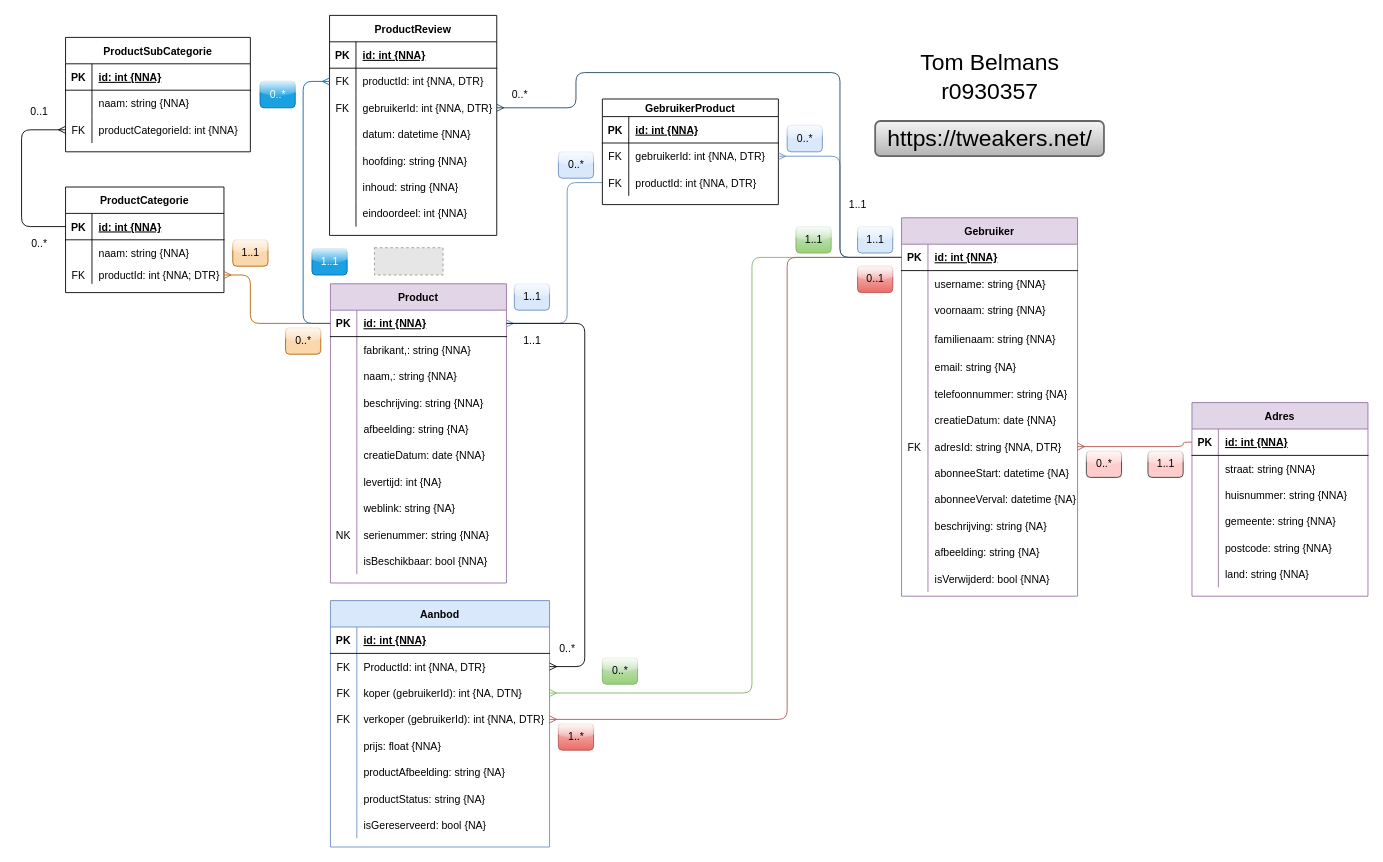
Earlier version of the draw.io diagram page "SQL_diagram-r0930357 - Tweakers.net" (1 of 2) of Project/Project - deel 1/r0930357 - PE Project - Tweakers.net - ERD.drawio (r0930357/F1S2_SQL-en-Databanken). Source tidied: cells renumbered, new cells numbered last; positions are measured from the earlier drawing's top-left corner, leaving out a move shared by most shapes. Both pictures are drawn from the tidied source at 88%, with x=0, y=0 at pixel (21, 15). Pictures stored in the file or linked from it are replaced by grey dashed boxes.
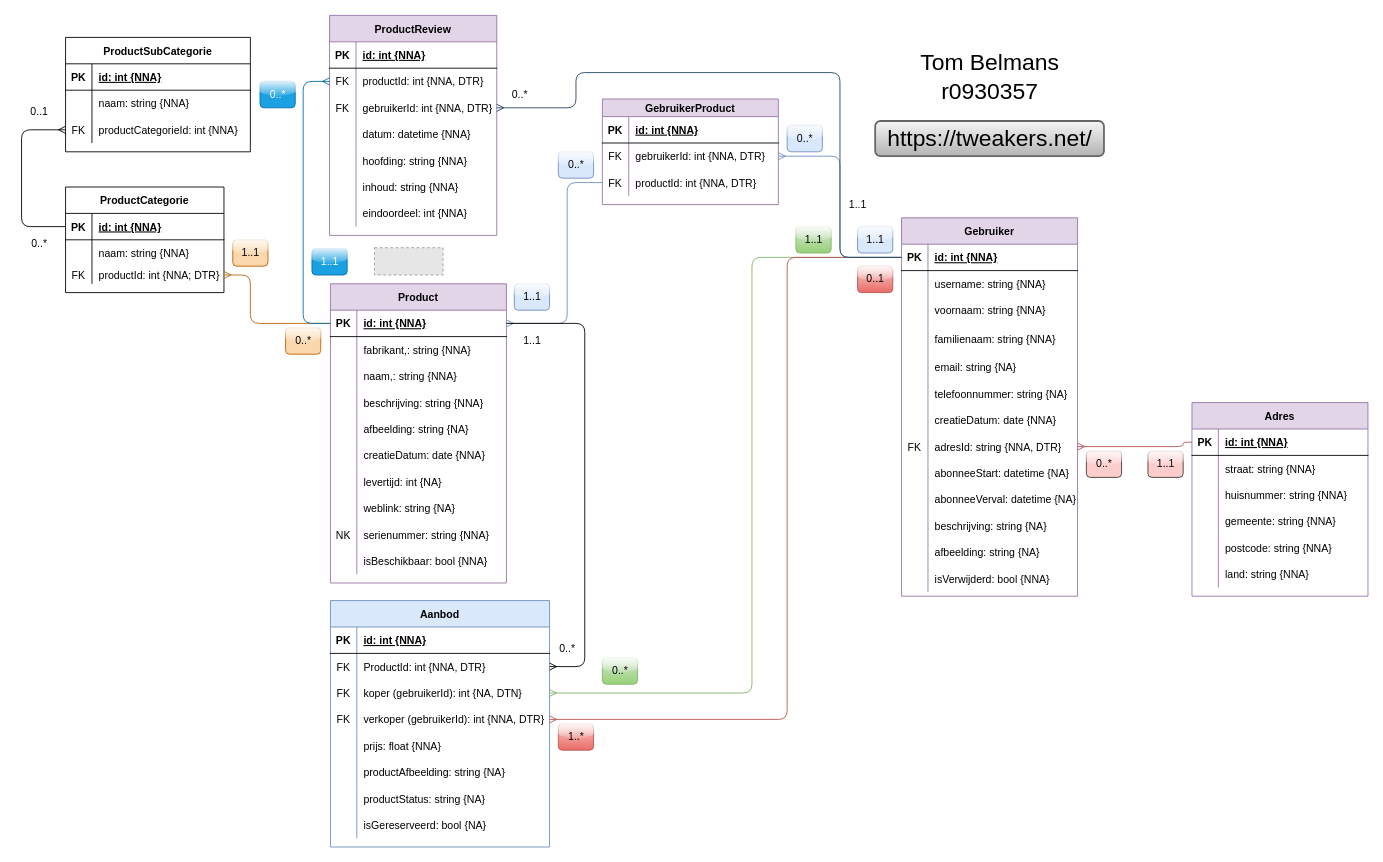
After the change.

Diff of the diagram source:
```diff
@@
-    <mxCell id="119" value="ProductReview" style="shape=table;startSize=30;childLayout=tableLayout;rowLines=0;fontStyle=1;align=center;" parent="1" vertex="1">
+    <mxCell id="119" value="ProductReview" style="shape=table;startSize=30;childLayout=tableLayout;rowLines=0;fontStyle=1;align=center;fillColor=#e1d5e7;strokeColor=#9673a6;" parent="1" vertex="1">
       <mxGeometry x="350" width="190" height="250" as="geometry" />
     </mxCell>
@@
-    <mxCell id="173" value="GebruikerProduct" style="shape=table;startSize=20;childLayout=tableLayout;rowLines=0;fontStyle=1;align=center;" parent="1" vertex="1">
+    <mxCell id="173" value="GebruikerProduct" style="shape=table;startSize=20;childLayout=tableLayout;rowLines=0;fontStyle=1;align=center;fillColor=#e1d5e7;strokeColor=#9673a6;" parent="1" vertex="1">
       <mxGeometry x="660" y="95" width="200" height="120" as="geometry" />
     </mxCell>
```
